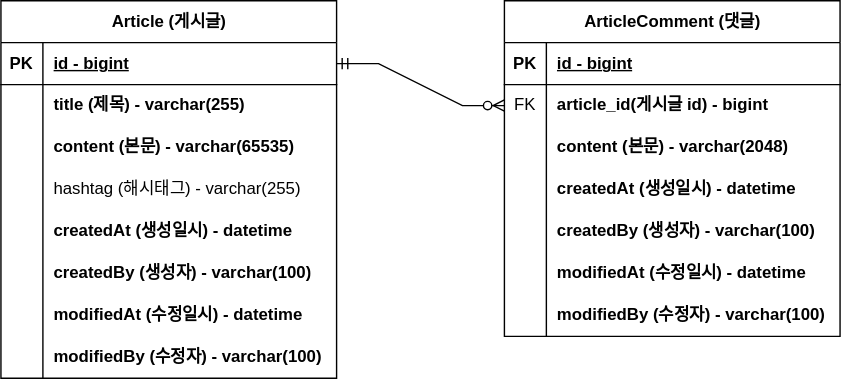
Before: document/project-board-erd.svg, a diagram exported from draw.io (rugii913/fstcmpSpringProject). Source tidied: cells renumbered, new cells last; positions are measured from the earlier drawing's top-left corner, leaving out a move shared by most shapes.
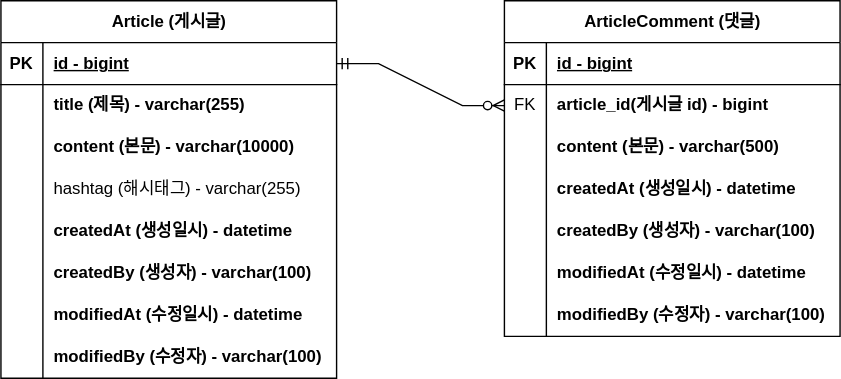
The same diagram one commit later.

Commit message:
p2 #10-erd 업데이트: content 사이즈 변경

What changed in the source:
```diff
@@ -29,7 +29,7 @@
     <mxCell id="10" style="shape=partialRectangle;fillColor=none;top=0;left=0;bottom=0;right=0;overflow=hidden;whiteSpace=wrap;html=1;" parent="9" vertex="1">
       <mxGeometry width="30" height="30" as="geometry" />
     </mxCell>
-    <mxCell id="11" value="content (본문) - varchar(65535)" style="shape=partialRectangle;fillColor=none;top=0;left=0;bottom=0;right=0;align=left;spacingLeft=6;overflow=hidden;whiteSpace=wrap;html=1;fontStyle=1;" parent="9" vertex="1">
+    <mxCell id="11" value="content (본문) - varchar(10000)" style="shape=partialRectangle;fillColor=none;top=0;left=0;bottom=0;right=0;align=left;spacingLeft=6;overflow=hidden;whiteSpace=wrap;html=1;fontStyle=1;" parent="9" vertex="1">
       <mxGeometry x="30" width="210" height="30" as="geometry" />
     </mxCell>
     <mxCell id="12" style="shape=tableRow;horizontal=0;startSize=0;swimlaneHead=0;swimlaneBody=0;fillColor=none;top=0;left=0;right=0;bottom=0;" parent="2" vertex="1">
@@ -104,7 +104,7 @@
     <mxCell id="35" style="shape=partialRectangle;fillColor=none;top=0;left=0;bottom=0;right=0;overflow=hidden;whiteSpace=wrap;html=1;" parent="34" vertex="1">
       <mxGeometry width="30" height="30" as="geometry" />
     </mxCell>
-    <mxCell id="36" value="content (본문) - varchar(2048)" style="shape=partialRectangle;fillColor=none;top=0;left=0;bottom=0;right=0;align=left;spacingLeft=6;overflow=hidden;whiteSpace=wrap;html=1;fontStyle=1;" parent="34" vertex="1">
+    <mxCell id="36" value="content (본문) - varchar(500)" style="shape=partialRectangle;fillColor=none;top=0;left=0;bottom=0;right=0;align=left;spacingLeft=6;overflow=hidden;whiteSpace=wrap;html=1;fontStyle=1;" parent="34" vertex="1">
       <mxGeometry x="30" width="210" height="30" as="geometry" />
     </mxCell>
     <mxCell id="37" style="shape=tableRow;horizontal=0;startSize=0;swimlaneHead=0;swimlaneBody=0;fillColor=none;top=0;left=0;right=0;bottom=0;" parent="27" vertex="1">
```
